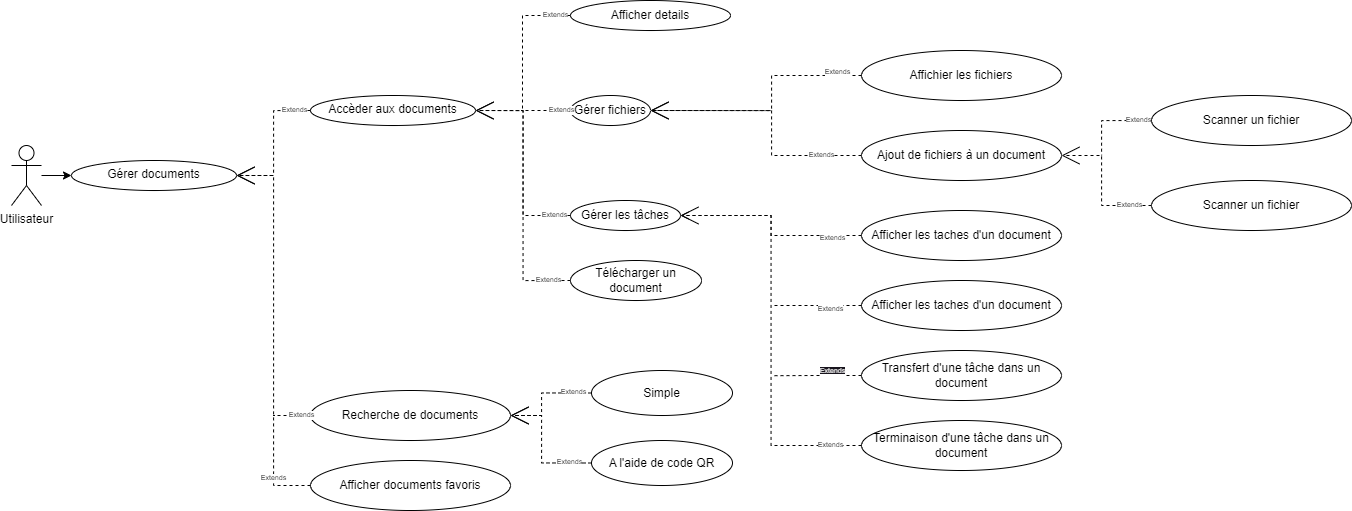
Before: images_pfe/use_case_documents_sprint_3.png, a diagram exported from draw.io (PFE-Neoledge-2023/rapport). Source tidied: cells renumbered, new cells last; positions are measured from the earlier drawing's top-left corner, leaving out a move shared by most shapes.
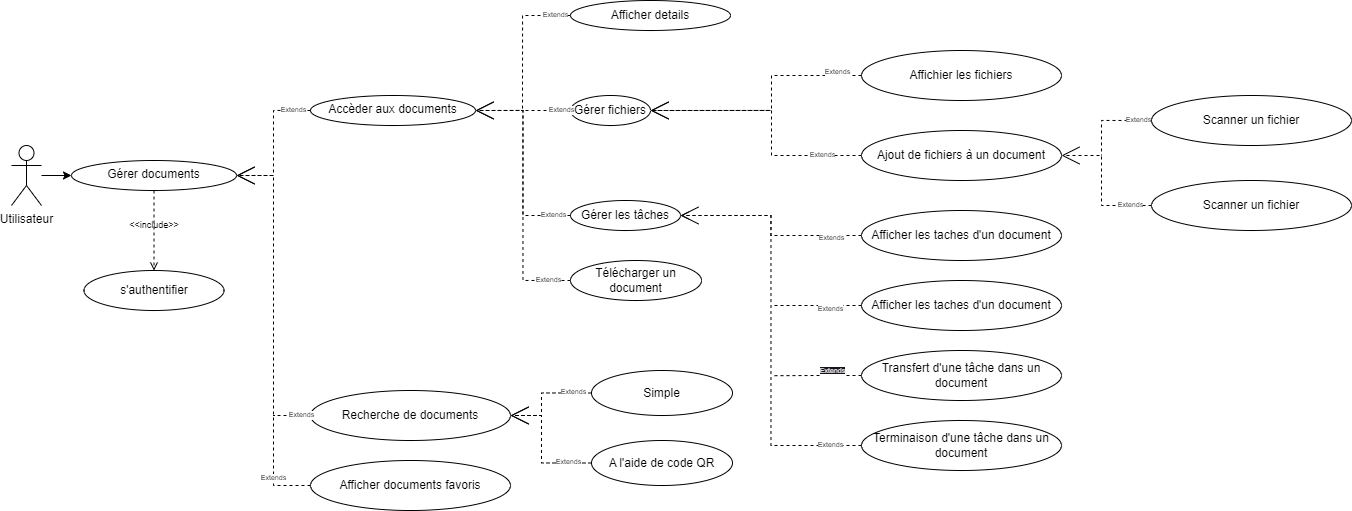
The same file after the commit.

The edit, as a diff of the source:
```diff
@@ -91,6 +91,9 @@
         </Array>
       </mxGeometry>
     </mxCell>
+    <mxCell id="41" style="edgeStyle=none;html=1;entryX=0.5;entryY=0;entryDx=0;entryDy=0;dashed=1;endArrow=open;endFill=0;" parent="1" edge="1" source="25" target="42">
+      <mxGeometry relative="1" as="geometry" />
+    </mxCell>
     <mxCell id="25" value="Gérer documents" style="ellipse;whiteSpace=wrap;html=1;verticalAlign=top;" parent="1" vertex="1">
       <mxGeometry x="60" y="160" width="165" height="30" as="geometry" />
     </mxCell>
@@ -164,5 +167,11 @@
         <mxPoint x="-12" y="56" as="offset" />
       </mxGeometry>
     </mxCell>
+    <mxCell id="42" value="s'authentifier" style="ellipse;whiteSpace=wrap;html=1;" parent="1" vertex="1">
+      <mxGeometry x="72.5" y="270" width="140" height="40" as="geometry" />
+    </mxCell>
+    <mxCell id="43" value="&amp;lt;&amp;lt;include&amp;gt;&amp;gt;" style="text;html=1;strokeColor=none;fillColor=none;align=center;verticalAlign=middle;whiteSpace=wrap;rounded=0;fontSize=9;" parent="1" vertex="1">
+      <mxGeometry x="112.5" y="210" width="60" height="30" as="geometry" />
+    </mxCell>
   </root>
 </mxGraphModel>
```
